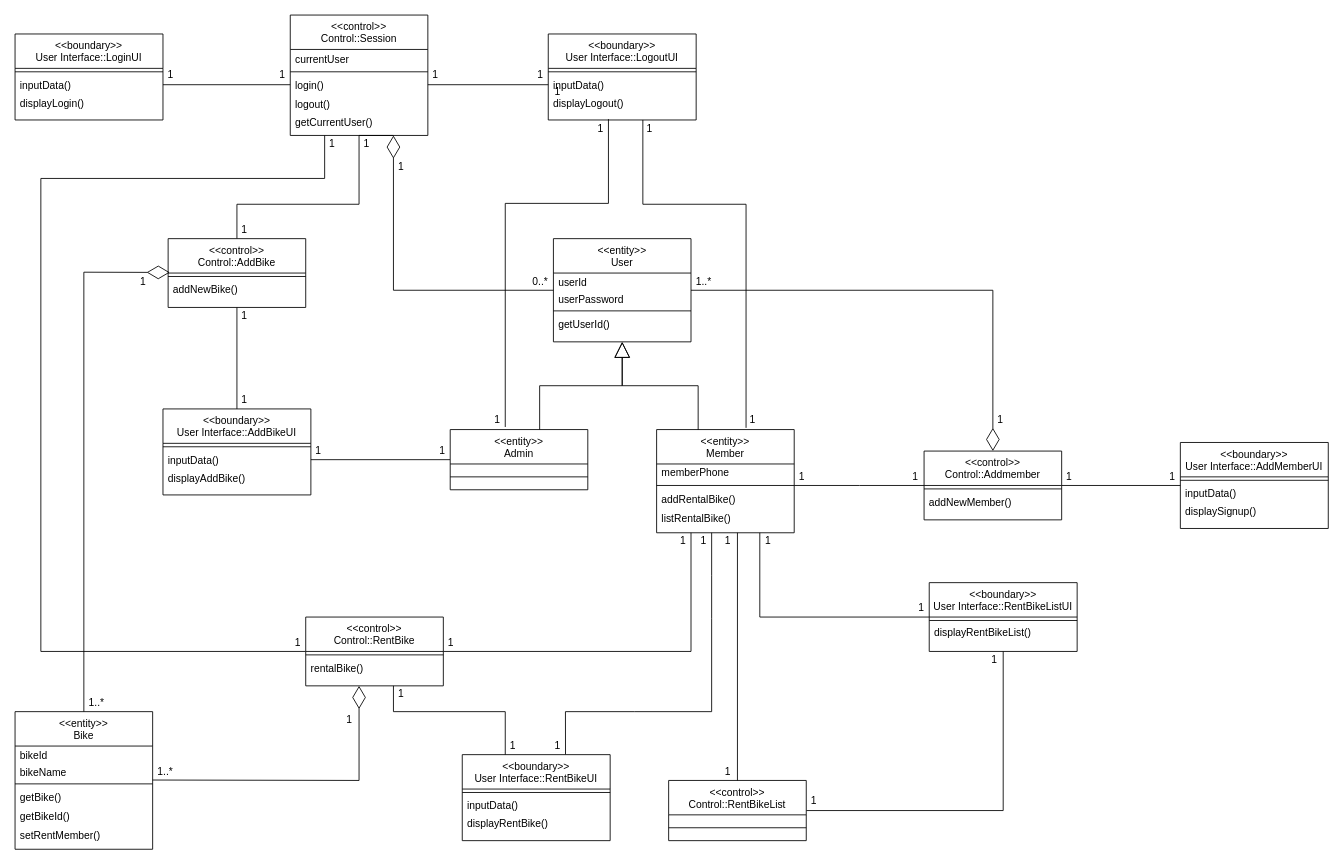
This is requirement_capturing/analysis_class_diagram.drawio from cmin42/2025-1-SE-HW, a draw.io file, before an edit. Source tidied: cells renumbered, new cells numbered last; positions are measured from the earlier drawing's top-left corner, leaving out a move shared by most shapes. Both pictures are drawn from the tidied source at 86%, with x=0, y=0 at pixel (15, 15).
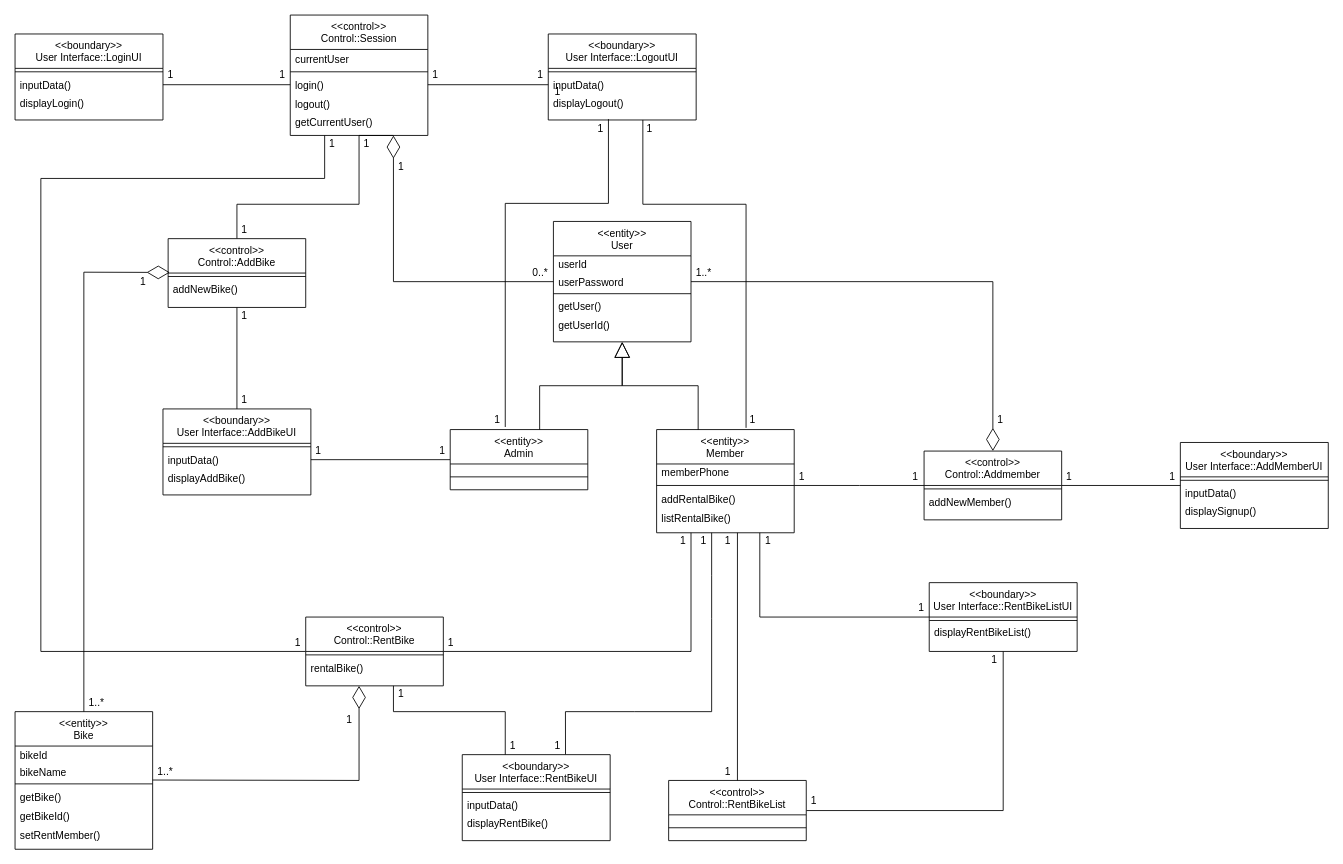
The same diagram, later.

Commit message:
Fix: User class 함수 수정

Unchanged cells that the change refers to:
```xml
<mxCell id="40" value="&lt;&lt;control&gt;&gt;&#10;Control::Addmember" style="swimlane;fontStyle=0;align=center;verticalAlign=top;horizontal=1;startSize=40;rounded=0;shadow=0;strokeWidth=1;" parent="1" vertex="1">
  <mxGeometry x="1057" y="507" width="160" height="80" as="geometry" />
</mxCell>
<mxCell id="44" value="&lt;&lt;control&gt;&gt;&#10;Control::Session" style="swimlane;fontStyle=0;align=center;verticalAlign=top;horizontal=1;startSize=40;rounded=0;shadow=0;strokeWidth=1;" parent="1" vertex="1">
  <mxGeometry x="320" width="160" height="140" as="geometry" />
</mxCell>
```

The edit, as a diff of the source:
```diff
@@
     <mxCell id="2" value="&lt;&lt;entity&gt;&gt;&#10;User" style="swimlane;fontStyle=0;align=center;verticalAlign=top;horizontal=1;startSize=40;rounded=0;shadow=0;strokeWidth=1;" parent="1" vertex="1">
-      <mxGeometry x="626" y="260" width="160" height="120" as="geometry" />
+      <mxGeometry x="626" y="240" width="160" height="140" as="geometry" />
     </mxCell>
@@
-    <mxCell id="6" value="getUserId()" style="text;align=left;verticalAlign=middle;spacingLeft=4;spacingRight=4;overflow=hidden;" parent="2" vertex="1">
+    <mxCell id="6" value="getUser()" style="text;align=left;verticalAlign=middle;spacingLeft=4;spacingRight=4;overflow=hidden;" parent="2" vertex="1">
       <mxGeometry y="88" width="160" height="22" as="geometry" />
     </mxCell>
+    <mxCell id="124" value="getUserId()" style="text;align=left;verticalAlign=middle;spacingLeft=4;spacingRight=4;overflow=hidden;" parent="2" vertex="1">
+      <mxGeometry y="110" width="160" height="22" as="geometry" />
+    </mxCell>
@@
     <mxCell id="102" style="endArrow=diamondThin;endFill=0;endSize=24;html=1;rounded=0;exitX=0;exitY=0.5;exitDx=0;exitDy=0;entryX=0.75;entryY=1;entryDx=0;entryDy=0;" parent="1" edge="1" source="2" target="44">
       <mxGeometry relative="1" as="geometry">
         <Array as="points">
-          <mxPoint x="440" y="320" />
+          <mxPoint x="440" y="310" />
         </Array>
       </mxGeometry>
     </mxCell>
@@
     <mxCell id="104" value="0..*" style="text;strokeColor=none;align=center;fillColor=none;html=1;verticalAlign=middle;whiteSpace=wrap;rounded=0;" parent="1" vertex="1">
-      <mxGeometry x="596" y="300" width="30" height="20" as="geometry" />
+      <mxGeometry x="596" y="290" width="30" height="20" as="geometry" />
     </mxCell>
     <mxCell id="105" style="endArrow=diamondThin;endFill=0;endSize=24;html=1;rounded=0;entryX=0.5;entryY=0;entryDx=0;entryDy=0;exitX=1;exitY=0.5;exitDx=0;exitDy=0;" parent="1" edge="1" source="2" target="40">
       <mxGeometry relative="1" as="geometry">
         <Array as="points">
-          <mxPoint x="1137" y="320" />
+          <mxPoint x="1137" y="310" />
         </Array>
       </mxGeometry>
     </mxCell>
@@
     <mxCell id="107" value="1..*" style="text;strokeColor=none;align=center;fillColor=none;html=1;verticalAlign=middle;whiteSpace=wrap;rounded=0;" parent="1" vertex="1">
-      <mxGeometry x="786" y="300" width="30" height="20" as="geometry" />
+      <mxGeometry x="786" y="290" width="30" height="20" as="geometry" />
     </mxCell>
```
